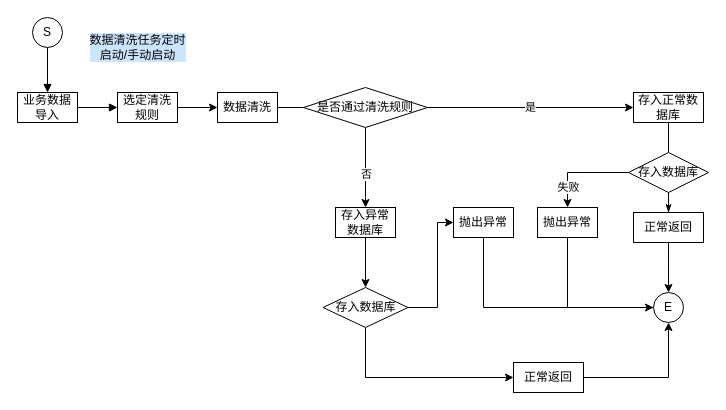
This is page "业务流程图-数据清洗" (3 of 6) of doc/安吉数字化.drawio from CoderDream/java-architect-util, a draw.io file, before an edit. Source tidied: cells renumbered, new cells numbered last; positions are measured from the earlier drawing's top-left corner, leaving out a move shared by most shapes. Both pictures are drawn from the tidied source at 100%, with x=0, y=0 at pixel (17, 17).
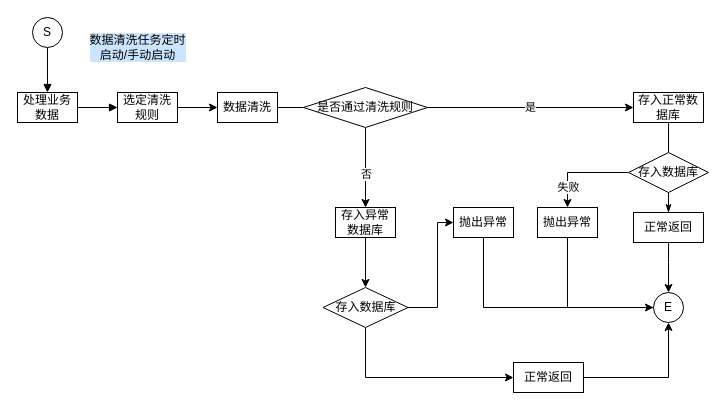
Above is the later version.

Commit message:
更新安吉数字化.drawio

The edit, as a diff of the source:
```diff
@@
-    <mxCell id="5" value="业务数据导入" style="rounded=0;whiteSpace=wrap;html=1;fillColor=#FFFFFF;" parent="1" vertex="1">
+    <mxCell id="5" value="处理业务数据" style="rounded=0;whiteSpace=wrap;html=1;fillColor=#FFFFFF;" parent="1" vertex="1">
       <mxGeometry y="75" width="60" height="30" as="geometry" />
     </mxCell>
```
